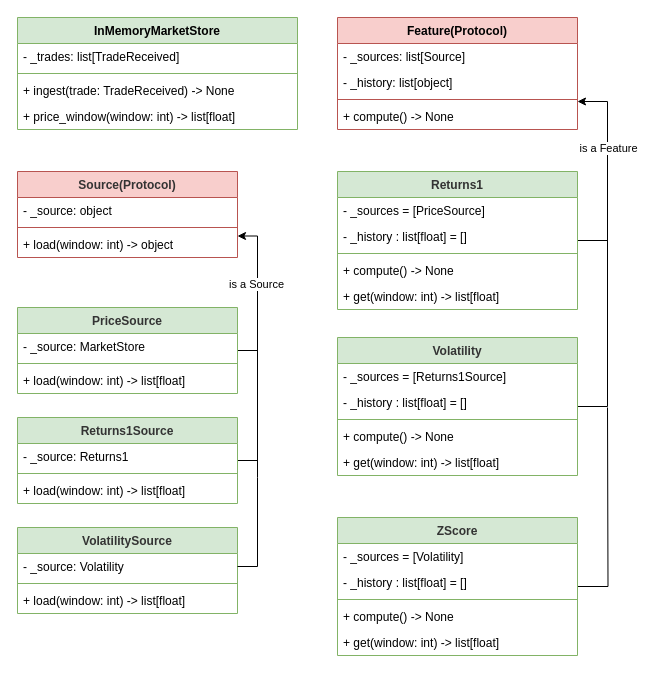
Earlier version of the draw.io diagram page "Mono-Symbol" (1 of 2) of docs/02. Diagrams/Feature Model and Semantics.drawio (ManuelBayon/InvestIQ-v2). Source tidied: cells renumbered, new cells numbered last; positions are measured from the earlier drawing's top-left corner, leaving out a move shared by most shapes. Both pictures are drawn from the tidied source at 100%, with x=0, y=0 at pixel (17, 17).
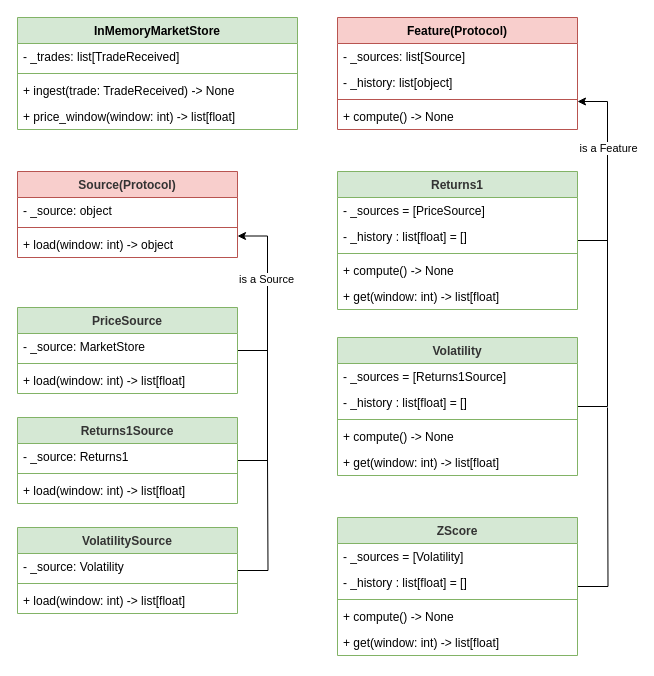
Above is the later version.

Commit message (it also covers changes not shown here):
wip: mono-symbol feature model done

The change refers to these unchanged cells:
```xml
<mxCell id="12" value="&lt;span style=&quot;color: rgb(51, 51, 51);&quot;&gt;Source(Protocol)&lt;/span&gt;" style="swimlane;fontStyle=1;align=center;verticalAlign=top;horizontal=1;startSize=26;whiteSpace=wrap;html=1;fillColor=#f8cecc;strokeColor=#b85450;" parent="1" vertex="1">
  <mxGeometry y="154" width="220" height="86" as="geometry" />
</mxCell>
<mxCell id="17" value="&lt;span style=&quot;color: rgb(51, 51, 51);&quot;&gt;PriceSource&lt;/span&gt;" style="swimlane;fontStyle=1;align=center;verticalAlign=top;horizontal=1;startSize=26;whiteSpace=wrap;html=1;fillColor=#d5e8d4;strokeColor=#82b366;" parent="1" vertex="1">
  <mxGeometry y="290" width="220" height="86" as="geometry" />
</mxCell>
<mxCell id="30" value="&lt;span style=&quot;color: rgb(51, 51, 51);&quot;&gt;Returns1Source&lt;/span&gt;" style="swimlane;fontStyle=1;align=center;verticalAlign=top;horizontal=1;startSize=26;whiteSpace=wrap;html=1;fillColor=#d5e8d4;strokeColor=#82b366;" parent="1" vertex="1">
  <mxGeometry y="400" width="220" height="86" as="geometry" />
</mxCell>
<mxCell id="49" value="&lt;span style=&quot;color: rgb(51, 51, 51);&quot;&gt;VolatilitySource&lt;/span&gt;" style="swimlane;fontStyle=1;align=center;verticalAlign=top;horizontal=1;startSize=26;whiteSpace=wrap;html=1;fillColor=#d5e8d4;strokeColor=#82b366;" parent="1" vertex="1">
  <mxGeometry y="510" width="220" height="86" as="geometry" />
</mxCell>
<mxCell id="51" value="&lt;div&gt;&lt;span style=&quot;text-align: center;&quot;&gt;- _source: Volatility&lt;/span&gt;&lt;/div&gt;" style="text;strokeColor=none;fillColor=none;align=left;verticalAlign=top;spacingLeft=4;spacingRight=4;overflow=hidden;points=[[0,0.5],[1,0.5]];portConstraint=eastwest;whiteSpace=wrap;html=1;" parent="49" vertex="1">
  <mxGeometry y="26" width="220" height="26" as="geometry" />
</mxCell>
```

Change to the diagram source:
```diff
@@
-    <mxCell id="16" style="edgeStyle=orthogonalEdgeStyle;rounded=0;jettySize=auto;html=1;exitX=1;exitY=0.5;exitDx=0;exitDy=0;endArrow=none;endFill=0;" parent="1" edge="1" source="17">
-      <mxGeometry relative="1" as="geometry">
-        <mxPoint x="240" y="333" as="targetPoint" />
-      </mxGeometry>
-    </mxCell>
+    <mxCell id="54" style="edgeStyle=orthogonalEdgeStyle;rounded=0;jettySize=auto;html=1;exitX=1;exitY=0.5;exitDx=0;exitDy=0;endArrow=none;endFill=0;" parent="1" edge="1" source="17">
+      <mxGeometry relative="1" as="geometry">
+        <mxPoint x="250" y="332.9" as="targetPoint" />
+      </mxGeometry>
+    </mxCell>
@@
     <mxCell id="28" style="edgeStyle=orthogonalEdgeStyle;rounded=0;jettySize=auto;html=1;exitX=1;exitY=0.5;exitDx=0;exitDy=0;entryX=1;entryY=0.75;entryDx=0;entryDy=0;" parent="1" edge="1" source="30" target="12">
-      <mxGeometry relative="1" as="geometry" />
+      <mxGeometry relative="1" as="geometry">
+        <Array as="points">
+          <mxPoint x="250" y="443" />
+          <mxPoint x="250" y="218.5" />
+        </Array>
+      </mxGeometry>
     </mxCell>
@@
+    <mxCell id="55" style="edgeStyle=orthogonalEdgeStyle;rounded=0;jettySize=auto;html=1;exitX=1;exitY=0.5;exitDx=0;exitDy=0;endArrow=none;endFill=0;" parent="1" edge="1" source="49">
+      <mxGeometry relative="1" as="geometry">
+        <mxPoint x="250" y="440" as="targetPoint" />
+      </mxGeometry>
+    </mxCell>
@@
-    <mxCell id="50" style="edgeStyle=orthogonalEdgeStyle;rounded=0;jettySize=auto;html=1;exitX=1;exitY=0.5;exitDx=0;exitDy=0;endArrow=none;endFill=0;" parent="49" edge="1" source="51">
-      <mxGeometry relative="1" as="geometry">
-        <mxPoint x="240" y="-70" as="targetPoint" />
-        <Array as="points">
-          <mxPoint x="240" y="39" />
-          <mxPoint x="240" y="-50" />
-        </Array>
-      </mxGeometry>
-    </mxCell>
```
